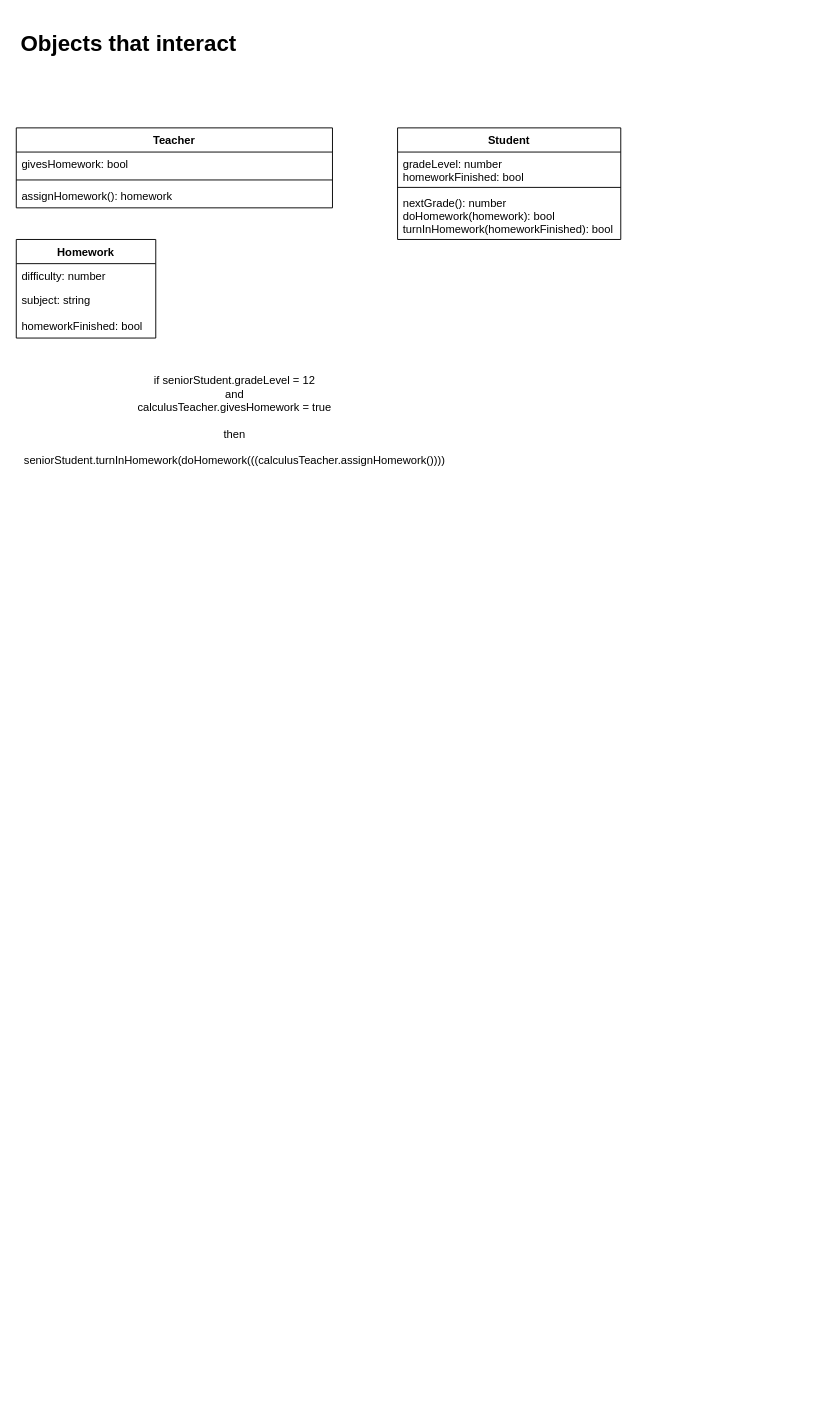
patrick965/CSCS1240S21 keeps this draw.io diagram as page "Objects that interact" (2 of 2) of CSCS1240Notes.drawio. Above is the earlier version. Source tidied: cells renumbered, new cells numbered last; positions are measured from the earlier drawing's top-left corner, leaving out a move shared by most shapes. Both pictures are drawn from the tidied source at 93%, with x=0, y=0 at pixel (16, 25).
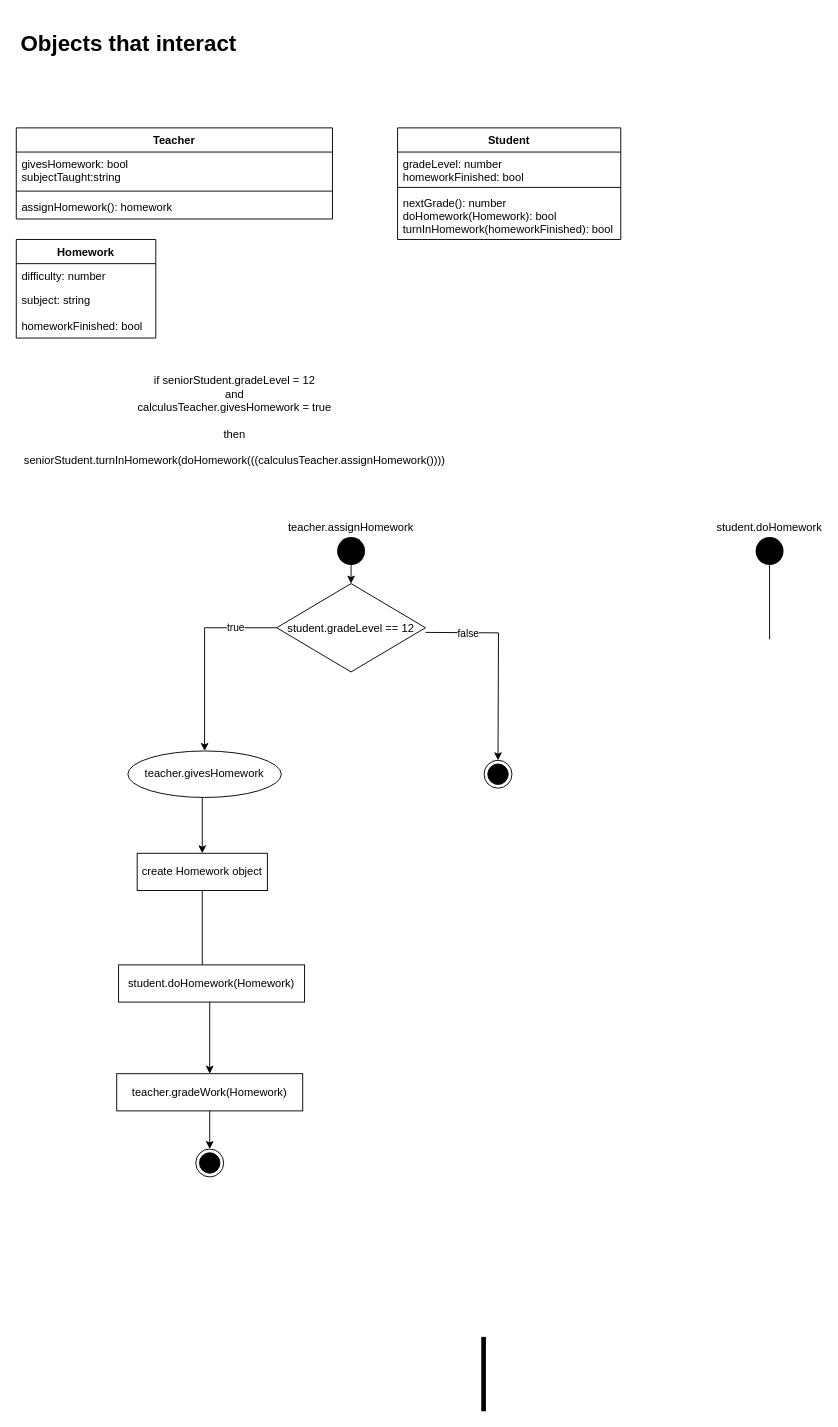
The same page after the edit.

Unchanged cells that the change refers to:
```xml
<mxCell id="7" value="Student" style="swimlane;fontStyle=1;align=center;verticalAlign=top;horizontal=1;startSize=26;" parent="1" vertex="1">
  <mxGeometry x="410" y="110" width="240" height="120" as="geometry" />
</mxCell>
```

Diff of the diagram source:
```diff
@@
     <mxCell id="3" value="Teacher" style="swimlane;fontStyle=1;align=center;verticalAlign=top;horizontal=1;startSize=26;" parent="1" vertex="1">
-      <mxGeometry y="110" width="340" height="86" as="geometry" />
+      <mxGeometry y="110" width="340" height="98" as="geometry" />
     </mxCell>
-    <mxCell id="4" value="givesHomework: bool" style="text;strokeColor=none;fillColor=none;align=left;verticalAlign=top;spacingLeft=4;spacingRight=4;overflow=hidden;" parent="3" vertex="1">
-      <mxGeometry y="26" width="340" height="26" as="geometry" />
+    <mxCell id="4" value="givesHomework: bool&#10;subjectTaught:string&#10;" style="text;strokeColor=none;fillColor=none;align=left;verticalAlign=top;spacingLeft=4;spacingRight=4;overflow=hidden;" parent="3" vertex="1">
+      <mxGeometry y="26" width="340" height="38" as="geometry" />
     </mxCell>
     <mxCell id="5" style="line;strokeWidth=1;fillColor=none;align=left;verticalAlign=middle;spacingTop=-1;spacingLeft=3;spacingRight=3;labelPosition=right;" parent="3" vertex="1">
-      <mxGeometry y="52" width="340" height="8" as="geometry" />
+      <mxGeometry y="64" width="340" height="8" as="geometry" />
     </mxCell>
     <mxCell id="6" value="assignHomework(): homework" style="text;strokeColor=none;fillColor=none;align=left;verticalAlign=top;spacingLeft=4;spacingRight=4;overflow=hidden;" parent="3" vertex="1">
-      <mxGeometry y="60" width="340" height="26" as="geometry" />
+      <mxGeometry y="72" width="340" height="26" as="geometry" />
     </mxCell>
@@
-    <mxCell id="10" value="nextGrade(): number&#10;doHomework(homework): bool&#10;turnInHomework(homeworkFinished): bool&#10;" style="text;strokeColor=none;fillColor=none;align=left;verticalAlign=top;spacingLeft=4;spacingRight=4;overflow=hidden;" parent="7" vertex="1">
+    <mxCell id="10" value="nextGrade(): number&#10;doHomework(Homework): bool&#10;turnInHomework(homeworkFinished): bool&#10;" style="text;strokeColor=none;fillColor=none;align=left;verticalAlign=top;spacingLeft=4;spacingRight=4;overflow=hidden;" parent="7" vertex="1">
       <mxGeometry y="68" width="240" height="52" as="geometry" />
     </mxCell>
@@
+    <mxCell id="16" value="&lt;div&gt;teacher.assignHomework&lt;/div&gt;" style="text;html=1;strokeColor=none;fillColor=none;align=center;verticalAlign=middle;whiteSpace=wrap;rounded=0;" parent="1" vertex="1">
+      <mxGeometry x="340" y="530" width="40" height="20" as="geometry" />
+    </mxCell>
+    <mxCell id="17" value="teacher.givesHomework" style="ellipse;whiteSpace=wrap;html=1;" parent="1" vertex="1">
+      <mxGeometry x="120" y="780" width="165" height="50" as="geometry" />
+    </mxCell>
+    <mxCell id="18" style="endArrow=classic;html=1;" parent="1" edge="1">
+      <mxGeometry relative="1" as="geometry">
+        <mxPoint x="200" y="830" as="sourcePoint" />
+        <mxPoint x="200" y="890" as="targetPoint" />
+      </mxGeometry>
+    </mxCell>
+    <mxCell id="19" style="edgeStyle=orthogonalEdgeStyle;rounded=0;jettySize=auto;html=1;exitX=0.5;exitY=1;exitDx=0;exitDy=0;entryX=0.5;entryY=0;entryDx=0;entryDy=0;" parent="1" edge="1" source="20" target="24">
+      <mxGeometry relative="1" as="geometry" />
+    </mxCell>
+    <mxCell id="20" value="create Homework object" style="rounded=0;whiteSpace=wrap;html=1;sketch=0;fillColor=#FFFFFF;" parent="1" vertex="1">
+      <mxGeometry x="130" y="890" width="140" height="40" as="geometry" />
+    </mxCell>
+    <mxCell id="21" value="&lt;div&gt;student.doHomework&lt;/div&gt;" style="text;html=1;strokeColor=none;fillColor=none;align=center;verticalAlign=middle;whiteSpace=wrap;rounded=0;" parent="1" vertex="1">
+      <mxGeometry x="790" y="530" width="40" height="20" as="geometry" />
+    </mxCell>
+    <mxCell id="22" style="endArrow=none;html=1;entryX=0.5;entryY=1;entryDx=0;entryDy=0;" parent="1" edge="1" target="27">
+      <mxGeometry relative="1" as="geometry">
+        <mxPoint x="810" y="660" as="sourcePoint" />
+      </mxGeometry>
+    </mxCell>
+    <mxCell id="23" style="edgeStyle=orthogonalEdgeStyle;rounded=0;jettySize=auto;html=1;exitX=0.5;exitY=1;exitDx=0;exitDy=0;entryX=0.5;entryY=0;entryDx=0;entryDy=0;" parent="1" edge="1" source="24" target="36">
+      <mxGeometry relative="1" as="geometry" />
+    </mxCell>
+    <mxCell id="24" value="teacher.gradeWork(Homework)" style="rounded=0;whiteSpace=wrap;html=1;sketch=0;fillColor=#FFFFFF;" parent="1" vertex="1">
+      <mxGeometry x="108" y="1127" width="200" height="40" as="geometry" />
+    </mxCell>
+    <mxCell id="25" style="edgeStyle=orthogonalEdgeStyle;rounded=0;jettySize=auto;html=1;exitX=0.5;exitY=1;exitDx=0;exitDy=0;entryX=0.5;entryY=0;entryDx=0;entryDy=0;" parent="1" edge="1" source="26" target="30">
+      <mxGeometry relative="1" as="geometry" />
+    </mxCell>
+    <mxCell id="26" style="ellipse;fillColor=#000000;strokeColor=none;sketch=0;" parent="1" vertex="1">
+      <mxGeometry x="345" y="550" width="30" height="30" as="geometry" />
+    </mxCell>
+    <mxCell id="27" style="ellipse;fillColor=#000000;strokeColor=none;sketch=0;" parent="1" vertex="1">
+      <mxGeometry x="795" y="550" width="30" height="30" as="geometry" />
+    </mxCell>
+    <mxCell id="28" style="edgeStyle=orthogonalEdgeStyle;rounded=0;jettySize=auto;html=1;exitX=0;exitY=0.5;exitDx=0;exitDy=0;entryX=0.5;entryY=0;entryDx=0;entryDy=0;" parent="1" edge="1" source="30" target="17">
+      <mxGeometry relative="1" as="geometry" />
+    </mxCell>
+    <mxCell id="29" value="true" style="edgeLabel;html=1;align=center;verticalAlign=middle;" parent="28" vertex="1">
+      <mxGeometry x="-0.57" y="-1" relative="1" as="geometry" />
+    </mxCell>
+    <mxCell id="30" value="student.gradeLevel == 12" style="rhombus;sketch=0;fillColor=#FFFFFF;" parent="1" vertex="1">
+      <mxGeometry x="280" y="600" width="160" height="95" as="geometry" />
+    </mxCell>
+    <mxCell id="31" style="edgeStyle=orthogonalEdgeStyle;rounded=0;orthogonalLoop=1;jettySize=auto;html=1;exitX=0;exitY=0.5;exitDx=0;exitDy=0;" parent="1" edge="1">
+      <mxGeometry relative="1" as="geometry">
+        <mxPoint x="440" y="652.5" as="sourcePoint" />
+        <mxPoint x="518" y="790" as="targetPoint" />
+      </mxGeometry>
+    </mxCell>
+    <mxCell id="32" value="false" style="edgeLabel;html=1;align=center;verticalAlign=middle;" parent="31" vertex="1">
+      <mxGeometry x="-0.57" y="-1" relative="1" as="geometry" />
+    </mxCell>
+    <mxCell id="33" style="ellipse;html=1;shape=endState;fillColor=#000000;strokeColor=#000000;sketch=0;" parent="1" vertex="1">
+      <mxGeometry x="503" y="790" width="30" height="30" as="geometry" />
+    </mxCell>
+    <mxCell id="34" style="html=1;perimeter=orthogonalPerimeter;fillColor=#000000;strokeColor=none;sketch=0;" parent="1" vertex="1">
+      <mxGeometry x="500" y="1410" width="5" height="80" as="geometry" />
+    </mxCell>
+    <mxCell id="35" value="student.doHomework(Homework)" style="rounded=0;whiteSpace=wrap;html=1;sketch=0;fillColor=#FFFFFF;" parent="1" vertex="1">
+      <mxGeometry x="110" y="1010" width="200" height="40" as="geometry" />
+    </mxCell>
+    <mxCell id="36" style="ellipse;html=1;shape=endState;fillColor=#000000;strokeColor=#000000;sketch=0;" parent="1" vertex="1">
+      <mxGeometry x="193" y="1208" width="30" height="30" as="geometry" />
+    </mxCell>
```
